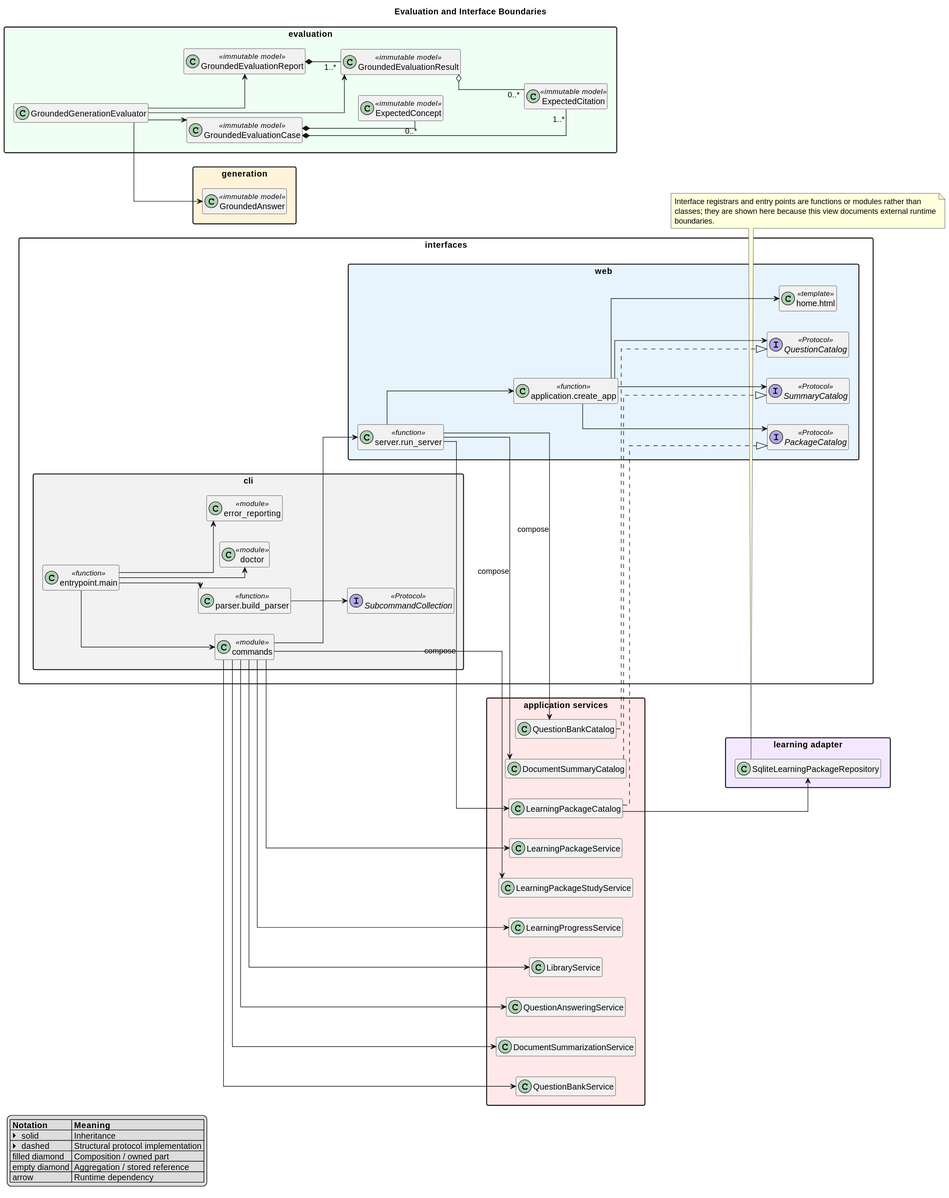
Before: docs/diagrams/evaluation-interfaces.svg, a diagram exported from PlantUML (ebe542/rag-learning-assistant).
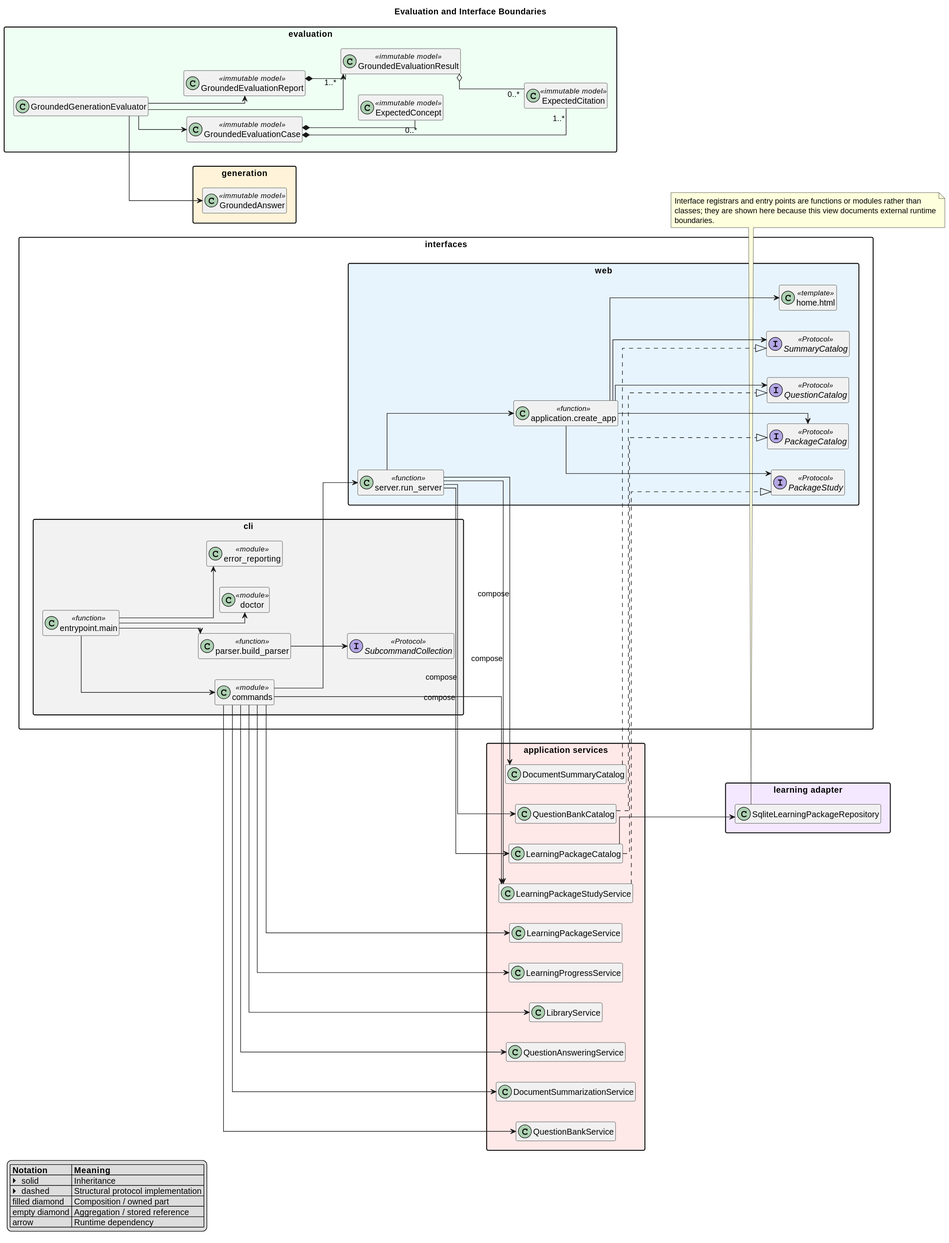
After the change.

What changed in the source:
```diff
@@ -26,6 +26,7 @@
   interface PackageCatalog <<Protocol>>
   interface SummaryCatalog <<Protocol>>
   interface QuestionCatalog <<Protocol>>
+  interface PackageStudy <<Protocol>>
   class "application.create_app" as WebApplication <<function>>
   class "server.run_server" as WebServer <<function>>
   class "home.html" as HomeTemplate <<template>>
@@ -72,12 +73,15 @@
 WebApplication --> PackageCatalog
 WebApplication --> SummaryCatalog
 WebApplication --> QuestionCatalog
+WebApplication --> PackageStudy
 LearningPackageCatalog ..|> PackageCatalog
 DocumentSummaryCatalog ..|> SummaryCatalog
 QuestionBankCatalog ..|> QuestionCatalog
+LearningPackageStudyService ..|> PackageStudy
 WebServer --> LearningPackageCatalog : compose
 WebServer --> DocumentSummaryCatalog : compose
 WebServer --> QuestionBankCatalog : compose
+WebServer --> LearningPackageStudyService : compose
 LearningPackageCatalog --> SqliteLearningPackageRepository
 
 note bottom
```
